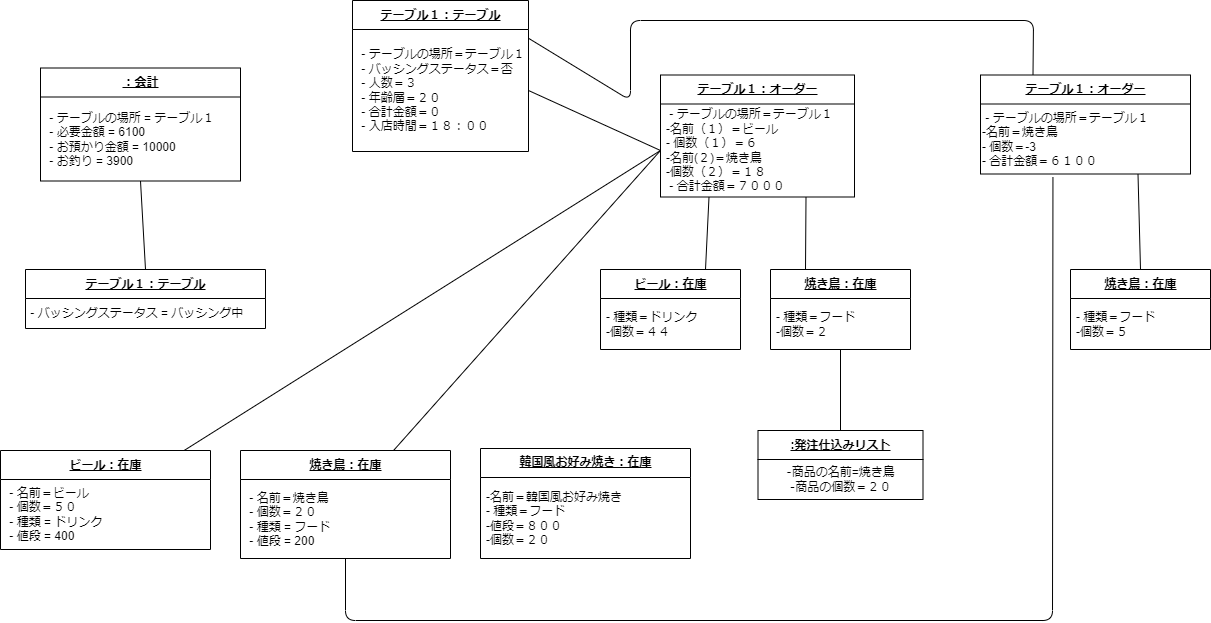
Before: psp4/オブジェクト図/オブジェクト図ver4.drawio.png, a diagram exported from draw.io (MasakiHiguchi/---). Source tidied: cells renumbered, new cells last; positions are measured from the earlier drawing's top-left corner, leaving out a move shared by most shapes. Its diagram source:
```xml
<mxGraphModel>
  <root>
    <mxCell id="0" />
    <mxCell id="1" parent="0" />
    <mxCell id="2" value="&lt;u&gt;テーブル１：テーブル&lt;/u&gt;" style="swimlane;fontStyle=1;align=center;verticalAlign=middle;horizontal=1;startSize=29;html=1;" parent="1" vertex="1">
      <mxGeometry x="352" width="176" height="151" as="geometry" />
    </mxCell>
    <mxCell id="3" value="&amp;nbsp;- テーブルの場所＝テーブル１&lt;br&gt;&amp;nbsp;- バッシングステータス＝否&lt;br&gt;&amp;nbsp;- 人数＝３&lt;br&gt;&amp;nbsp;- 年齢層＝２０&lt;br&gt;&amp;nbsp;- 合計金額＝０&lt;br&gt;&amp;nbsp;- 入店時間＝１８：００" style="text;html=1;strokeColor=none;fillColor=none;align=left;verticalAlign=middle;spacingLeft=4;spacingRight=4;overflow=hidden;points=[[0,0.5],[1,0.5]];portConstraint=eastwest;" parent="2" vertex="1">
      <mxGeometry y="29" width="176" height="122" as="geometry" />
    </mxCell>
    <mxCell id="4" value="&lt;u&gt;テーブル１：オーダー&lt;/u&gt;" style="swimlane;fontStyle=1;align=center;verticalAlign=middle;horizontal=1;startSize=29;html=1;" parent="1" vertex="1">
      <mxGeometry x="660" y="74.5" width="194" height="122" as="geometry" />
    </mxCell>
    <mxCell id="5" value="&amp;nbsp;- テーブルの場所＝テーブル１&lt;br&gt;-名前（１）＝ビール&amp;nbsp;&lt;br&gt;-&amp;nbsp;個数（１）＝６&lt;br&gt;-名前(２)＝焼き鳥&lt;br&gt;-個数（２）＝１８&lt;br&gt;&amp;nbsp;- 合計金額＝７０００" style="text;html=1;strokeColor=none;fillColor=none;align=left;verticalAlign=middle;spacingLeft=4;spacingRight=4;overflow=hidden;points=[[0,0.5],[1,0.5]];portConstraint=eastwest;" parent="4" vertex="1">
      <mxGeometry y="29" width="194" height="93" as="geometry" />
    </mxCell>
    <mxCell id="6" style="edgeStyle=none;html=1;exitX=0.75;exitY=0;exitDx=0;exitDy=0;entryX=0.25;entryY=1;entryDx=0;entryDy=0;endArrow=none;endFill=0;" parent="1" edge="1" source="7" target="4">
      <mxGeometry relative="1" as="geometry" />
    </mxCell>
    <mxCell id="7" value="&lt;u&gt;ビール：在庫&lt;/u&gt;" style="swimlane;fontStyle=1;align=center;verticalAlign=middle;horizontal=1;startSize=29;html=1;" parent="1" vertex="1">
      <mxGeometry x="600" y="269" width="140" height="80" as="geometry" />
    </mxCell>
    <mxCell id="8" value="- 種類＝ドリンク&lt;br&gt;-個数＝４４" style="text;html=1;strokeColor=none;fillColor=none;align=left;verticalAlign=middle;spacingLeft=4;spacingRight=4;overflow=hidden;" parent="7" vertex="1">
      <mxGeometry y="29" width="140" height="51" as="geometry" />
    </mxCell>
    <mxCell id="9" style="edgeStyle=none;html=1;exitX=0.25;exitY=0;exitDx=0;exitDy=0;entryX=1;entryY=0.25;entryDx=0;entryDy=0;endArrow=none;endFill=0;" parent="1" edge="1" source="10" target="2">
      <mxGeometry relative="1" as="geometry">
        <Array as="points">
          <mxPoint x="1033" y="20" />
          <mxPoint x="630" y="20" />
          <mxPoint x="630" y="100" />
        </Array>
      </mxGeometry>
    </mxCell>
    <mxCell id="10" value="&lt;u&gt;テーブル１：オーダー&lt;/u&gt;" style="swimlane;fontStyle=1;align=center;verticalAlign=middle;horizontal=1;startSize=29;html=1;" parent="1" vertex="1">
      <mxGeometry x="980" y="74.5" width="210" height="99" as="geometry" />
    </mxCell>
    <mxCell id="11" value="&lt;span style=&quot;&quot;&gt;&amp;nbsp;- テーブルの場所＝テーブル１&lt;/span&gt;&lt;br style=&quot;border-color: var(--border-color);&quot;&gt;&lt;span style=&quot;&quot;&gt;-名前＝焼き鳥&amp;nbsp;&lt;/span&gt;&lt;br style=&quot;border-color: var(--border-color);&quot;&gt;&lt;span style=&quot;&quot;&gt;-&amp;nbsp;個数＝-3&lt;/span&gt;&lt;br style=&quot;border-color: var(--border-color);&quot;&gt;&lt;span style=&quot;&quot;&gt;- 合計金額＝６１００&lt;/span&gt;" style="text;html=1;align=left;verticalAlign=middle;points=[];strokeColor=none;fillColor=none;" parent="10" vertex="1">
      <mxGeometry y="29" width="210" height="70" as="geometry" />
    </mxCell>
    <mxCell id="12" style="edgeStyle=none;html=1;exitX=0.25;exitY=0;exitDx=0;exitDy=0;entryX=0.75;entryY=1;entryDx=0;entryDy=0;endArrow=none;endFill=0;" parent="1" edge="1" source="14" target="4">
      <mxGeometry relative="1" as="geometry" />
    </mxCell>
    <mxCell id="13" style="edgeStyle=none;html=1;entryX=0.5;entryY=0;entryDx=0;entryDy=0;endArrow=none;endFill=0;" parent="1" edge="1" source="14" target="21">
      <mxGeometry relative="1" as="geometry" />
    </mxCell>
    <mxCell id="14" value="&lt;u&gt;焼き鳥：在庫&lt;/u&gt;" style="swimlane;fontStyle=1;align=center;verticalAlign=middle;horizontal=1;startSize=29;html=1;" parent="1" vertex="1">
      <mxGeometry x="770" y="269" width="140" height="80" as="geometry" />
    </mxCell>
    <mxCell id="15" value="- 種類＝フード&lt;br&gt;-個数＝２" style="text;html=1;strokeColor=none;fillColor=none;align=left;verticalAlign=middle;spacingLeft=4;spacingRight=4;overflow=hidden;" parent="14" vertex="1">
      <mxGeometry y="29" width="140" height="51" as="geometry" />
    </mxCell>
    <mxCell id="16" style="edgeStyle=none;html=1;exitX=0.5;exitY=0;exitDx=0;exitDy=0;entryX=0.75;entryY=1;entryDx=0;entryDy=0;endArrow=none;endFill=0;" parent="1" edge="1" source="17" target="10">
      <mxGeometry relative="1" as="geometry" />
    </mxCell>
    <mxCell id="17" value="&lt;u&gt;焼き鳥：在庫&lt;/u&gt;" style="swimlane;fontStyle=1;align=center;verticalAlign=middle;horizontal=1;startSize=29;html=1;" parent="1" vertex="1">
      <mxGeometry x="1070" y="269" width="140" height="80" as="geometry" />
    </mxCell>
    <mxCell id="18" value="- 種類＝フード&lt;br&gt;-個数＝５" style="text;html=1;strokeColor=none;fillColor=none;align=left;verticalAlign=middle;spacingLeft=4;spacingRight=4;overflow=hidden;" parent="17" vertex="1">
      <mxGeometry y="29" width="140" height="51" as="geometry" />
    </mxCell>
    <mxCell id="19" value="&lt;u&gt;韓国風お好み焼き：在庫&lt;/u&gt;" style="swimlane;fontStyle=1;align=center;verticalAlign=middle;horizontal=1;startSize=29;html=1;" parent="1" vertex="1">
      <mxGeometry x="480" y="448" width="210" height="110" as="geometry" />
    </mxCell>
    <mxCell id="20" value="-名前＝韓国風お好み焼き&lt;br&gt;- 種類＝フード&lt;br&gt;-値段＝８００&lt;br&gt;-個数＝２０" style="text;html=1;strokeColor=none;fillColor=none;align=left;verticalAlign=middle;spacingLeft=4;spacingRight=4;overflow=hidden;" parent="19" vertex="1">
      <mxGeometry y="29" width="210" height="81" as="geometry" />
    </mxCell>
    <mxCell id="21" value="&lt;u&gt;:発注仕込みリスト&lt;/u&gt;" style="swimlane;fontStyle=1;align=center;verticalAlign=middle;horizontal=1;startSize=29;html=1;" parent="1" vertex="1">
      <mxGeometry x="757.5" y="430" width="165" height="69" as="geometry" />
    </mxCell>
    <mxCell id="22" value="‐商品の名前=焼き鳥&lt;br&gt;‐商品の個数＝２０" style="text;html=1;align=center;verticalAlign=middle;strokeColor=none;fillColor=none;" parent="21" vertex="1">
      <mxGeometry y="29" width="165" height="40" as="geometry" />
    </mxCell>
    <mxCell id="23" value="&lt;u&gt;：会計&lt;/u&gt;" style="swimlane;fontStyle=1;align=center;verticalAlign=middle;horizontal=1;startSize=29;html=1;" parent="1" vertex="1">
      <mxGeometry x="40" y="67.5" width="200" height="113" as="geometry" />
    </mxCell>
    <mxCell id="24" value="&amp;nbsp;- テーブルの場所 = テーブル１&lt;br&gt;&amp;nbsp;- 必要金額 = 6100&lt;br&gt;&amp;nbsp;- お預かり金額 = 10000&lt;br&gt;&amp;nbsp;- お釣り = 3900" style="text;html=1;strokeColor=none;fillColor=none;align=left;verticalAlign=middle;spacingLeft=4;spacingRight=4;overflow=hidden;points=[[0,0.5],[1,0.5]];portConstraint=eastwest;" parent="23" vertex="1">
      <mxGeometry y="29" width="200" height="84" as="geometry" />
    </mxCell>
    <mxCell id="25" style="edgeStyle=none;html=1;exitX=0.5;exitY=0;exitDx=0;exitDy=0;entryX=0.5;entryY=1;entryDx=0;entryDy=0;endArrow=none;endFill=0;" parent="1" edge="1" source="26" target="23">
      <mxGeometry relative="1" as="geometry" />
    </mxCell>
    <mxCell id="26" value="&lt;u&gt;テーブル１：テーブル&lt;/u&gt;" style="swimlane;fontStyle=1;align=center;verticalAlign=middle;horizontal=1;startSize=29;html=1;" parent="1" vertex="1">
      <mxGeometry x="25" y="269" width="240" height="59" as="geometry" />
    </mxCell>
    <mxCell id="27" value="&amp;nbsp;- バッシングステータス = バッシング中" style="text;html=1;align=left;verticalAlign=middle;strokeColor=none;fillColor=none;" parent="26" vertex="1">
      <mxGeometry y="29" width="240" height="30" as="geometry" />
    </mxCell>
    <mxCell id="28" style="edgeStyle=none;html=1;entryX=0;entryY=0.5;entryDx=0;entryDy=0;endArrow=none;endFill=0;" parent="1" edge="1" source="30" target="5">
      <mxGeometry relative="1" as="geometry" />
    </mxCell>
    <mxCell id="29" style="edgeStyle=none;html=1;entryX=0.345;entryY=1.045;entryDx=0;entryDy=0;entryPerimeter=0;endArrow=none;endFill=0;" parent="1" edge="1" source="30" target="11">
      <mxGeometry relative="1" as="geometry">
        <Array as="points">
          <mxPoint x="345" y="620" />
          <mxPoint x="1052" y="620" />
        </Array>
      </mxGeometry>
    </mxCell>
    <mxCell id="30" value="&lt;u&gt;焼き鳥：在庫&lt;/u&gt;" style="swimlane;fontStyle=1;align=center;verticalAlign=middle;horizontal=1;startSize=29;html=1;" parent="1" vertex="1">
      <mxGeometry x="240" y="450" width="210" height="108" as="geometry" />
    </mxCell>
    <mxCell id="31" value="&amp;nbsp;- 名前＝焼き鳥&lt;br&gt;&amp;nbsp;- 個数＝２０&lt;br&gt;&amp;nbsp;- 種類 = フード&lt;br&gt;&amp;nbsp;- 値段 = 200" style="text;html=1;strokeColor=none;fillColor=none;align=left;verticalAlign=middle;spacingLeft=4;spacingRight=4;overflow=hidden;" parent="30" vertex="1">
      <mxGeometry y="29" width="210" height="79" as="geometry" />
    </mxCell>
    <mxCell id="32" style="edgeStyle=none;html=1;entryX=0;entryY=0.5;entryDx=0;entryDy=0;endArrow=none;endFill=0;" parent="1" edge="1" source="33" target="5">
      <mxGeometry relative="1" as="geometry" />
    </mxCell>
    <mxCell id="33" value="&lt;u&gt;ビール：在庫&lt;/u&gt;" style="swimlane;fontStyle=1;align=center;verticalAlign=middle;horizontal=1;startSize=29;html=1;" parent="1" vertex="1">
      <mxGeometry y="450" width="210" height="99" as="geometry" />
    </mxCell>
    <mxCell id="34" value="&amp;nbsp;- 名前＝ビール&lt;br&gt;&amp;nbsp;- 個数＝５０&lt;br&gt;&amp;nbsp;- 種類 = ドリンク&lt;br&gt;&amp;nbsp;- 値段 = 400" style="text;html=1;strokeColor=none;fillColor=none;align=left;verticalAlign=middle;spacingLeft=4;spacingRight=4;overflow=hidden;" parent="33" vertex="1">
      <mxGeometry y="29" width="210" height="70" as="geometry" />
    </mxCell>
    <mxCell id="35" style="edgeStyle=none;html=1;exitX=1;exitY=0.5;exitDx=0;exitDy=0;entryX=0;entryY=0.5;entryDx=0;entryDy=0;endArrow=none;endFill=0;" parent="1" edge="1" source="3" target="5">
      <mxGeometry relative="1" as="geometry" />
    </mxCell>
  </root>
</mxGraphModel>
```
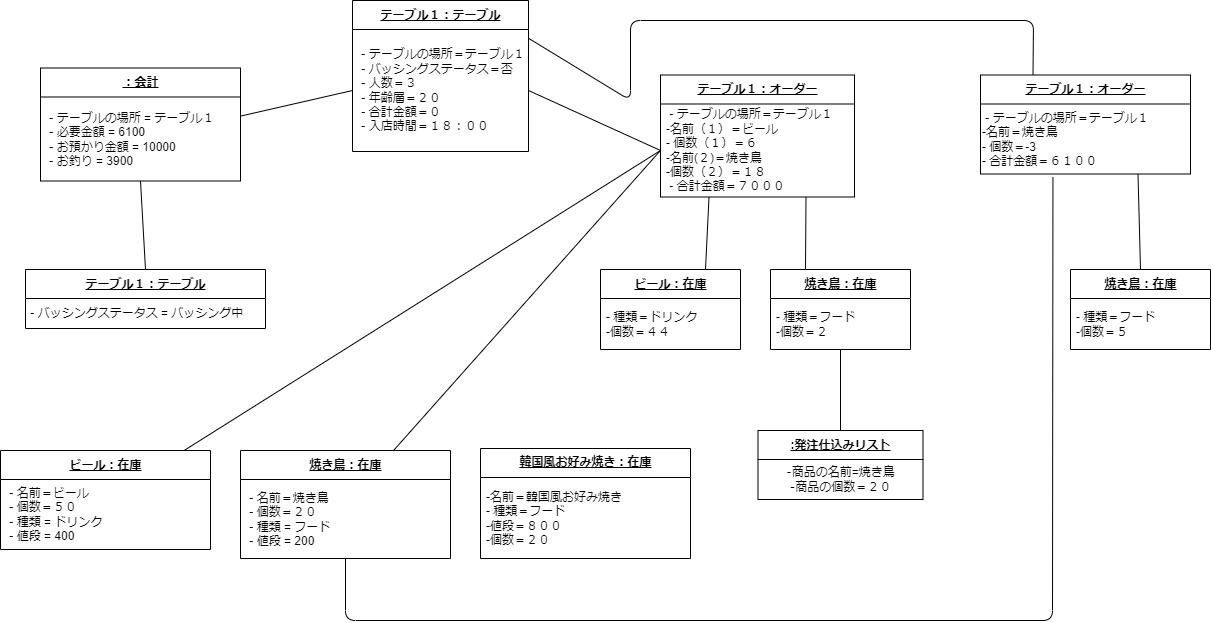
Above is the later version.

Commit message:
オブジェクト

Diff of the diagram source:
```diff
@@ -115,5 +115,8 @@
     <mxCell id="35" style="edgeStyle=none;html=1;exitX=1;exitY=0.5;exitDx=0;exitDy=0;entryX=0;entryY=0.5;entryDx=0;entryDy=0;endArrow=none;endFill=0;" parent="1" edge="1" source="3" target="5">
       <mxGeometry relative="1" as="geometry" />
     </mxCell>
+    <mxCell id="36" style="edgeStyle=none;html=1;entryX=0;entryY=0.5;entryDx=0;entryDy=0;endArrow=none;endFill=0;" parent="1" edge="1" source="24" target="3">
+      <mxGeometry relative="1" as="geometry" />
+    </mxCell>
   </root>
 </mxGraphModel>
```
